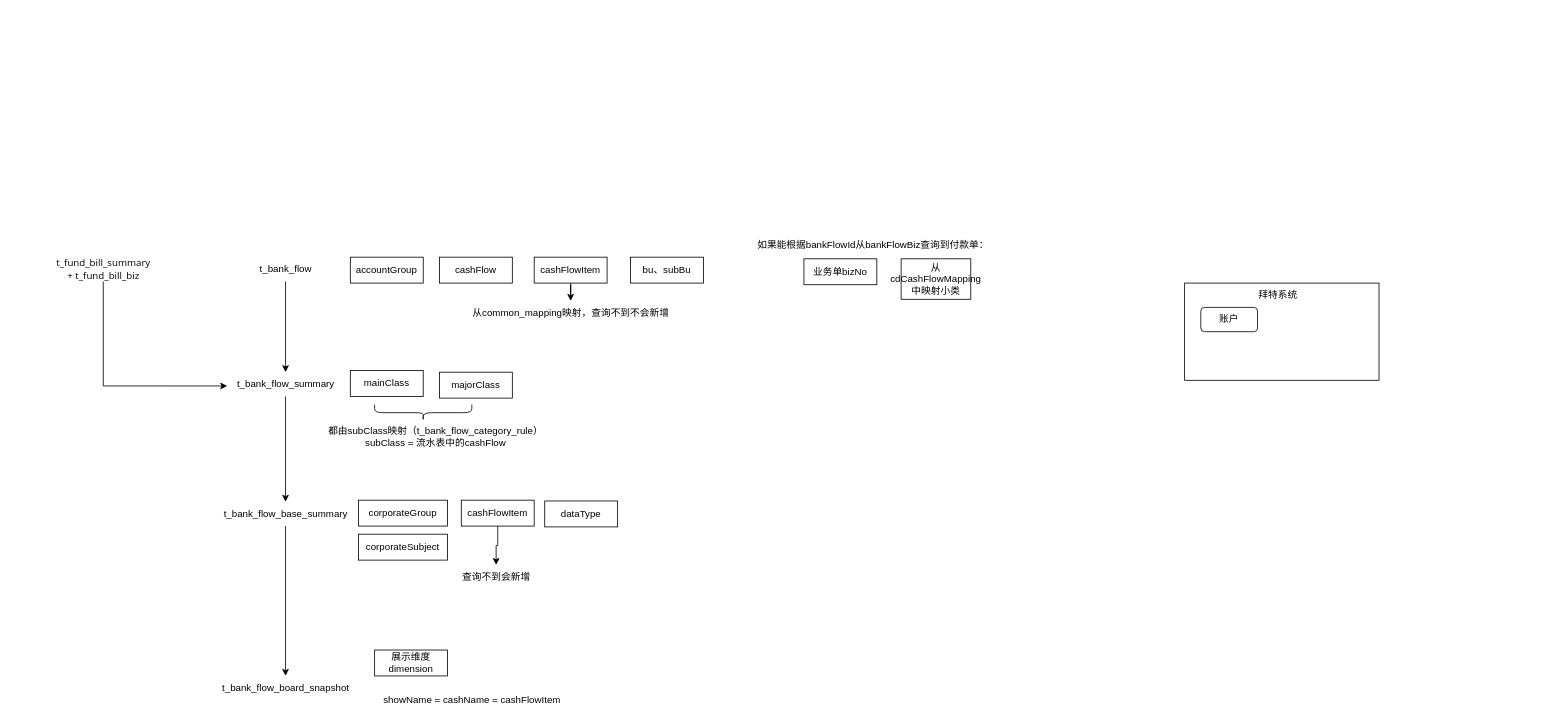
This is page "第 1 页" (1 of 7) of 流程图/work_bankFlow.drawio from 491705331/personal-notes, a draw.io file, before an edit. Source tidied: cells renumbered, new cells numbered last; positions are measured from the earlier drawing's top-left corner, leaving out a move shared by most shapes. Both pictures are drawn from the tidied source at 81%, with x=0, y=0 at pixel (14, 232).
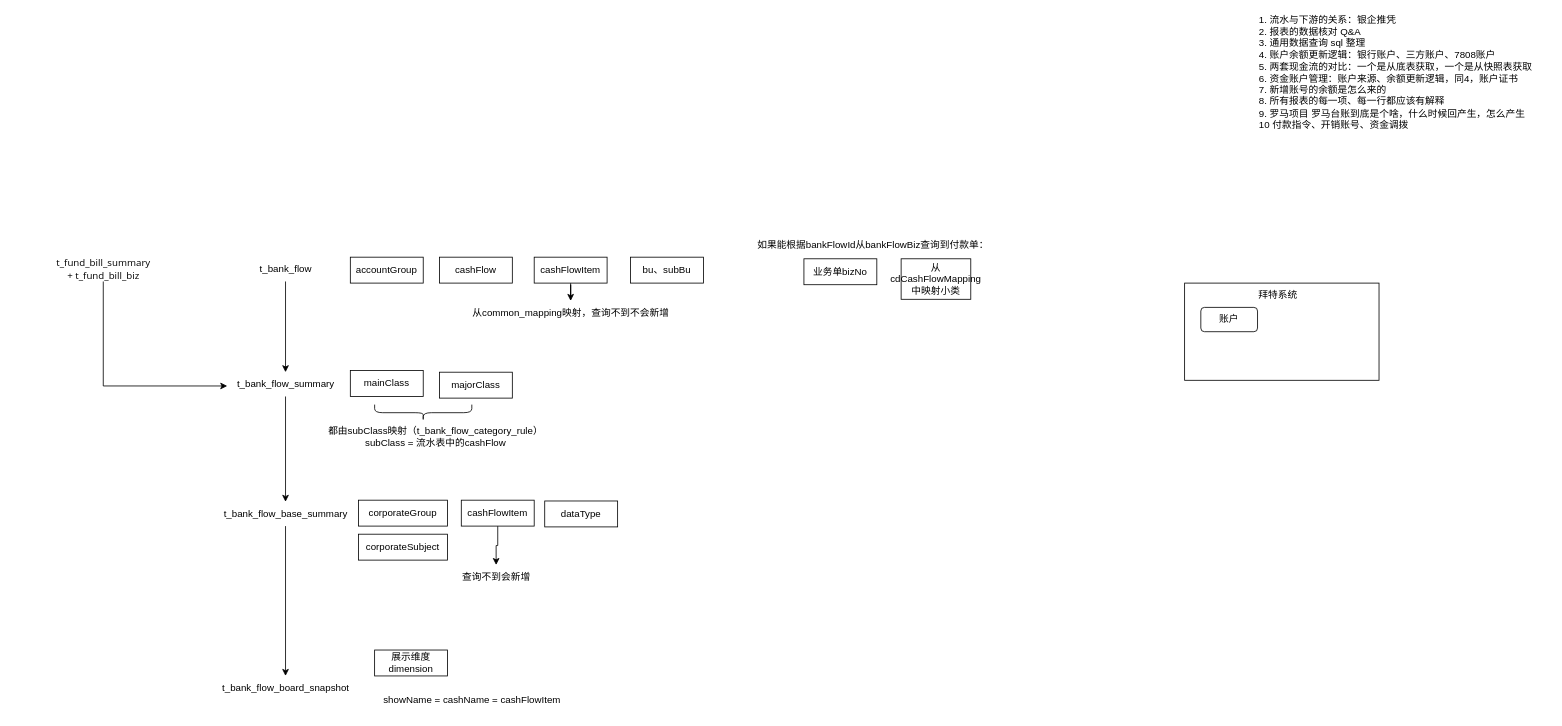
The same page after the edit.

Diff of the diagram source:
```diff
@@
+    <mxCell id="35" value="1. 流水与下游的关系：银企推凭&lt;div&gt;2. 报表的数据核对 Q&amp;amp;A&lt;/div&gt;&lt;div&gt;3. 通用数据查询 sql 整理&lt;/div&gt;&lt;div&gt;4. 账户余额更新逻辑：银行账户、三方账户、7808账户&lt;/div&gt;&lt;div&gt;5. 两套现金流的对比：一个是从底表获取，一个是从快照表获取&lt;/div&gt;&lt;div&gt;6. 资金账户管理：账户来源、余额更新逻辑，同4，账户证书&lt;/div&gt;&lt;div&gt;7. 新增账号的余额是怎么来的&lt;/div&gt;&lt;div&gt;8. 所有报表的每一项、每一行都应该有解释&lt;/div&gt;&lt;div&gt;9. 罗马项目 罗马台账到底是个啥，什么时候回产生，怎么产生&lt;/div&gt;&lt;div&gt;10 付款指令、开销账号、资金调拨&lt;/div&gt;" style="text;html=1;align=left;verticalAlign=middle;strokeColor=none;fillColor=none;" parent="1" vertex="1">
+      <mxGeometry x="1535" y="-268" width="360" height="140" as="geometry" />
+    </mxCell>
```
